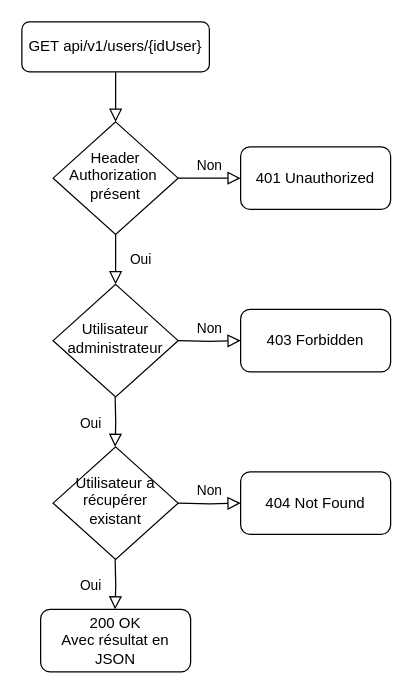
Earlier version of the draw.io diagram documentation/diagram/drawio/flowchartGetAllUser.drawio (jonathanboreljaquet/bj-travail-diplome-2021). Source tidied: cells renumbered, new cells numbered last; positions are measured from the earlier drawing's top-left corner, leaving out a move shared by most shapes. Both pictures are drawn from the tidied source at 125%, with x=0, y=0 at pixel (21, 21).
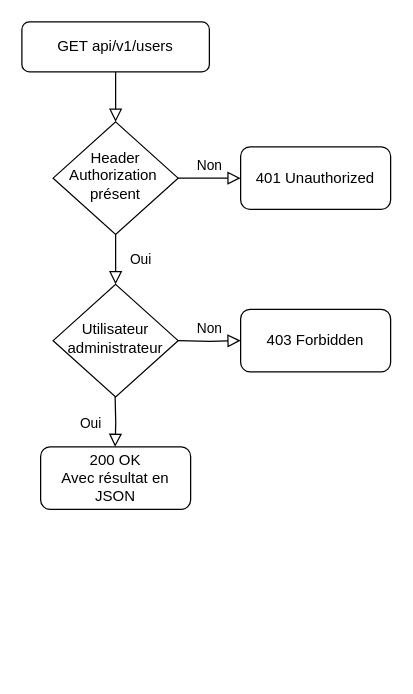
After the change.

The edit, as a diff of the source:
```diff
@@
-    <mxCell id="3" value="GET api/v1/users/{idUser}" style="rounded=1;whiteSpace=wrap;html=1;fontSize=12;glass=0;strokeWidth=1;shadow=0;" parent="1" vertex="1">
+    <mxCell id="3" value="GET api/v1/users" style="rounded=1;whiteSpace=wrap;html=1;fontSize=12;glass=0;strokeWidth=1;shadow=0;" parent="1" vertex="1">
       <mxGeometry width="150" height="40" as="geometry" />
     </mxCell>
@@
-    <mxCell id="9" value="Oui" style="rounded=0;html=1;jettySize=auto;orthogonalLoop=1;fontSize=11;endArrow=block;endFill=0;endSize=8;strokeWidth=1;shadow=0;labelBackgroundColor=none;edgeStyle=orthogonalEdgeStyle;" parent="1" edge="1">
-      <mxGeometry y="20" relative="1" as="geometry">
-        <mxPoint x="74.6" y="300" as="sourcePoint" />
-        <mxPoint x="74.6" y="340" as="targetPoint" />
-      </mxGeometry>
-    </mxCell>
     <mxCell id="10" value="200 OK&lt;br&gt;Avec résultat en JSON" style="rounded=1;whiteSpace=wrap;html=1;fontSize=12;glass=0;strokeWidth=1;shadow=0;" parent="1" vertex="1">
-      <mxGeometry x="15" y="470" width="120" height="50" as="geometry" />
+      <mxGeometry x="15" y="340" width="120" height="50" as="geometry" />
     </mxCell>
@@
-    <mxCell id="13" value="Utilisateur à récupérer existant" style="rhombus;whiteSpace=wrap;html=1;shadow=0;fontFamily=Helvetica;fontSize=12;align=center;strokeWidth=1;spacing=6;spacingTop=-4;" parent="1" vertex="1">
-      <mxGeometry x="25" y="340" width="100" height="90" as="geometry" />
-    </mxCell>
     <mxCell id="14" value="Oui" style="rounded=0;html=1;jettySize=auto;orthogonalLoop=1;fontSize=11;endArrow=block;endFill=0;endSize=8;strokeWidth=1;shadow=0;labelBackgroundColor=none;edgeStyle=orthogonalEdgeStyle;" parent="1" edge="1">
       <mxGeometry y="20" relative="1" as="geometry">
-        <mxPoint x="74.6" y="430" as="sourcePoint" />
-        <mxPoint x="74.6" y="470" as="targetPoint" />
+        <mxPoint x="74.6" y="300" as="sourcePoint" />
+        <mxPoint x="74.6" y="340" as="targetPoint" />
       </mxGeometry>
     </mxCell>
-    <mxCell id="15" value="Non" style="edgeStyle=orthogonalEdgeStyle;rounded=0;html=1;jettySize=auto;fontSize=11;endArrow=block;endFill=0;endSize=8;strokeWidth=1;shadow=0;labelBackgroundColor=none;" parent="1" edge="1" target="16">
-      <mxGeometry y="10" relative="1" as="geometry">
-        <mxPoint x="125" y="385" as="sourcePoint" />
-      </mxGeometry>
-    </mxCell>
-    <mxCell id="16" value="404 Not Found" style="rounded=1;whiteSpace=wrap;html=1;fontSize=12;glass=0;strokeWidth=1;shadow=0;" parent="1" vertex="1">
-      <mxGeometry x="175" y="360" width="120" height="50" as="geometry" />
-    </mxCell>
```
